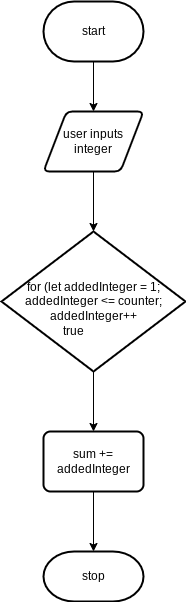
zaida-hammel/ICS2O-Unit5-07 keeps this draw.io diagram as design/flowchart.png. Above is the earlier version. Source tidied: cells renumbered, new cells last; positions are measured from the earlier drawing's top-left corner, leaving out a move shared by most shapes.
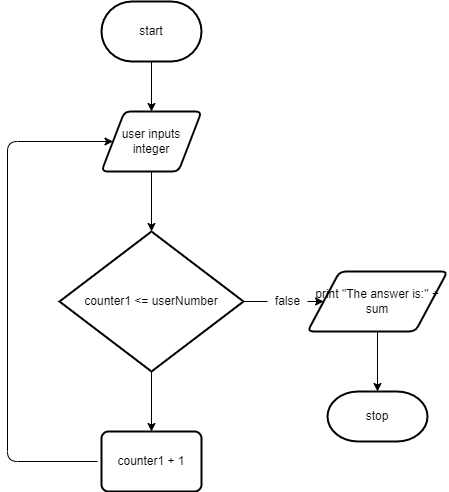
Later version of the same file.

What changed in the source:
```diff
@@ -17,20 +17,38 @@
     <mxCell id="6" style="edgeStyle=none;html=1;" parent="1" edge="1" source="7" target="9">
       <mxGeometry relative="1" as="geometry" />
     </mxCell>
+    <mxCell id="12" style="edgeStyle=none;html=1;entryX=0;entryY=0.5;entryDx=0;entryDy=0;startArrow=none;" parent="1" edge="1" source="15" target="14">
+      <mxGeometry relative="1" as="geometry" />
+    </mxCell>
-    <mxCell id="7" value="for (let addedInteger = 1; addedInteger &amp;lt;= counter; addedInteger++" style="strokeWidth=2;html=1;shape=mxgraph.flowchart.decision;whiteSpace=wrap;" parent="1" vertex="1">
+    <mxCell id="7" value="counter1 &amp;lt;= userNumber" style="strokeWidth=2;html=1;shape=mxgraph.flowchart.decision;whiteSpace=wrap;" parent="1" vertex="1">
       <mxGeometry y="230" width="184" height="140" as="geometry" />
     </mxCell>
-    <mxCell id="8" style="edgeStyle=none;html=1;" parent="1" edge="1" source="9" target="10">
-      <mxGeometry relative="1" as="geometry" />
-    </mxCell>
-    <mxCell id="9" value="sum += addedInteger" style="rounded=1;whiteSpace=wrap;html=1;absoluteArcSize=1;arcSize=14;strokeWidth=2;" parent="1" vertex="1">
+    <mxCell id="9" value="counter1 + 1" style="rounded=1;whiteSpace=wrap;html=1;absoluteArcSize=1;arcSize=14;strokeWidth=2;" parent="1" vertex="1">
       <mxGeometry x="42" y="430" width="100" height="60" as="geometry" />
     </mxCell>
     <mxCell id="10" value="stop" style="strokeWidth=2;html=1;shape=mxgraph.flowchart.terminator;whiteSpace=wrap;" parent="1" vertex="1">
-      <mxGeometry x="42" y="550" width="100" height="50" as="geometry" />
+      <mxGeometry x="268" y="390" width="100" height="50" as="geometry" />
     </mxCell>
-    <mxCell id="11" value="true" style="text;html=1;align=center;verticalAlign=middle;strokeColor=none;fillColor=none;" parent="1" vertex="1">
-      <mxGeometry x="52" y="320" width="40" height="20" as="geometry" />
-    </mxCell>
+    <mxCell id="13" style="edgeStyle=none;html=1;entryX=0.5;entryY=0;entryDx=0;entryDy=0;entryPerimeter=0;" parent="1" edge="1" source="14" target="10">
+      <mxGeometry relative="1" as="geometry" />
+    </mxCell>
+    <mxCell id="14" value="print &quot;The answer is:&quot; + sum" style="shape=parallelogram;html=1;strokeWidth=2;perimeter=parallelogramPerimeter;whiteSpace=wrap;rounded=1;arcSize=12;size=0.23;" parent="1" vertex="1">
+      <mxGeometry x="248" y="270" width="140" height="60" as="geometry" />
+    </mxCell>
+    <mxCell id="15" value="false" style="text;html=1;align=center;verticalAlign=middle;points=[];strokeColor=none;fillColor=none;" parent="1" vertex="1">
+      <mxGeometry x="208" y="290" width="40" height="20" as="geometry" />
+    </mxCell>
+    <mxCell id="16" style="edgeStyle=none;html=1;entryX=0;entryY=0.5;entryDx=0;entryDy=0;endArrow=none;" parent="1" edge="1" source="7" target="15">
+      <mxGeometry relative="1" as="geometry" />
+    </mxCell>
+    <mxCell id="17" style="edgeStyle=segmentEdgeStyle;endArrow=classic;html=1;entryX=0;entryY=0.5;entryDx=0;entryDy=0;" parent="1" edge="1" target="5">
+      <mxGeometry relative="1" as="geometry">
+        <mxPoint x="38" y="460" as="sourcePoint" />
+        <Array as="points">
+          <mxPoint x="-52" y="460" />
+          <mxPoint x="-52" y="140" />
+        </Array>
+      </mxGeometry>
+    </mxCell>
   </root>
 </mxGraphModel>
```
